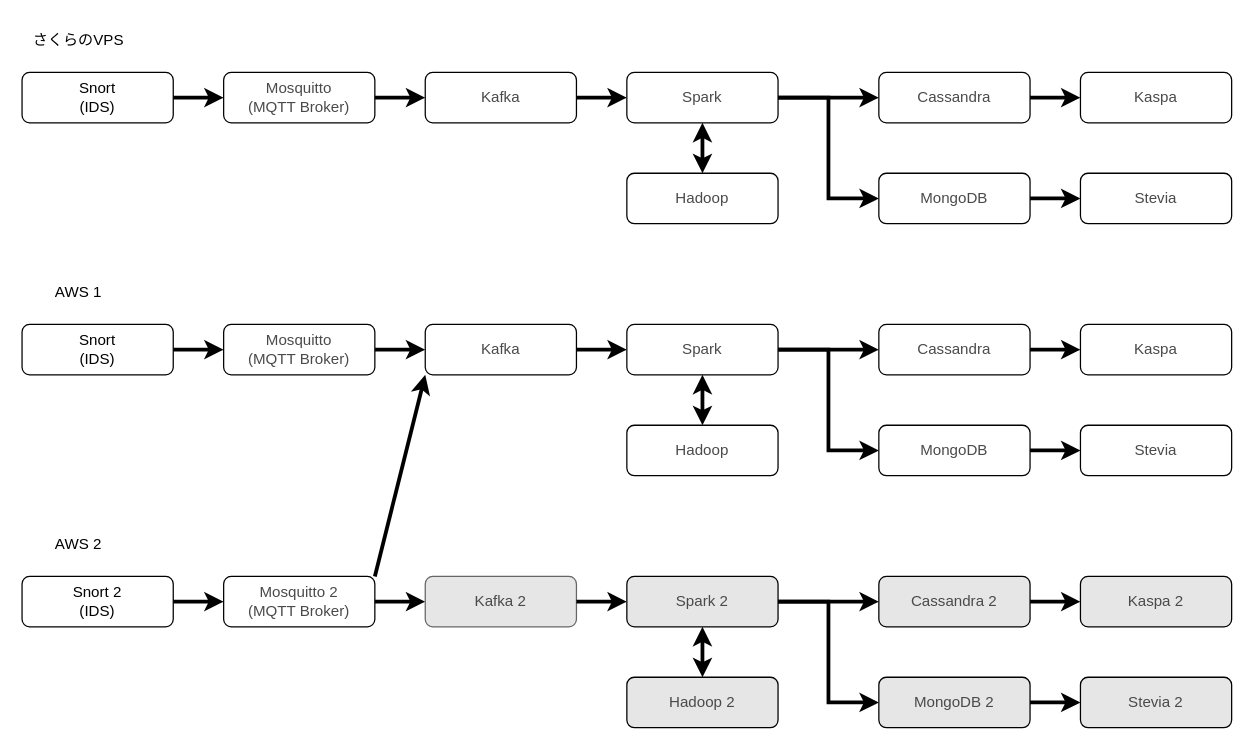
This is page "ENV" (2 of 23) of Developer's Guide/MataElang Services.drawio from mata-elang-stable/DevelopersGuide, a draw.io file, before an edit. Source tidied: cells renumbered, new cells numbered last; positions are measured from the earlier drawing's top-left corner, leaving out a move shared by most shapes. Both pictures are drawn from the tidied source at 126%, with x=0, y=0 at pixel (21, 21).
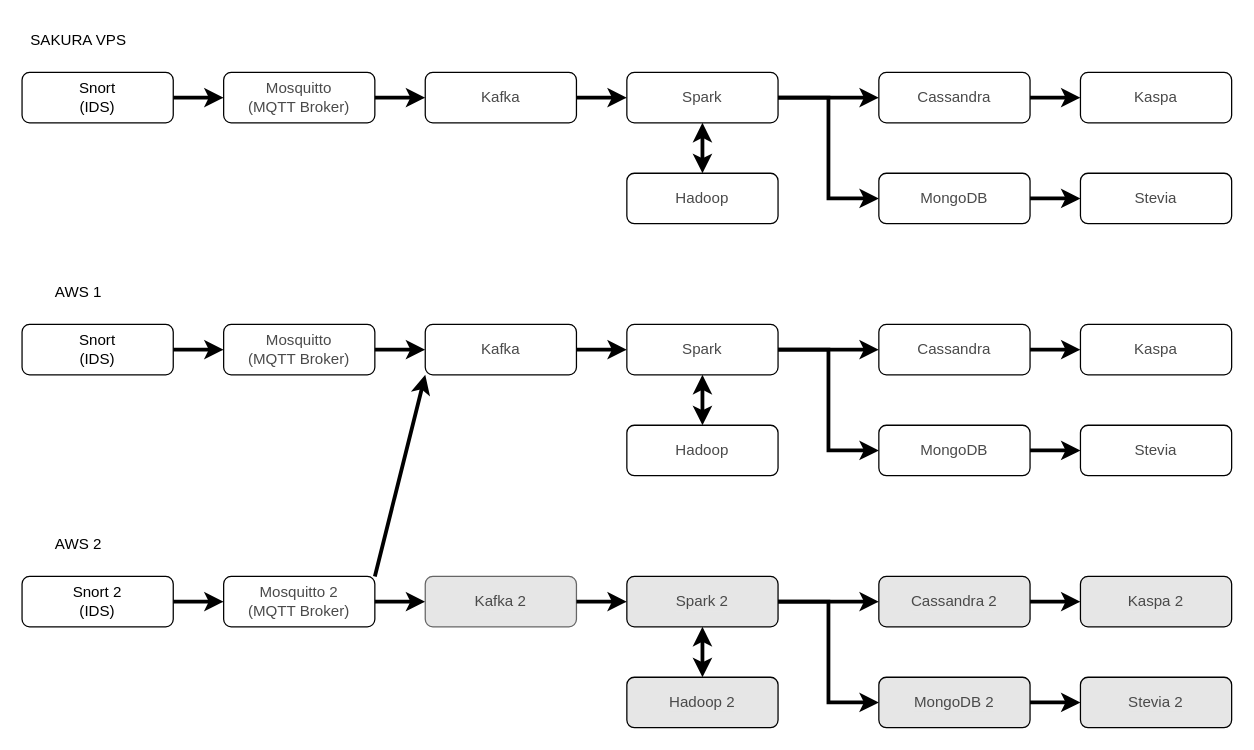
The same page after the edit.

The change refers to these unchanged cells:
```xml
<mxCell id="2" style="group;" parent="1" vertex="1">
  <mxGeometry width="960" height="160" as="geometry" />
</mxCell>
```

Change to the diagram source:
```diff
@@
-    <mxCell id="20" value="さくらのVPS" style="text;html=1;strokeColor=none;fillColor=none;align=center;verticalAlign=middle;whiteSpace=wrap;rounded=0;" parent="2" vertex="1">
+    <mxCell id="20" value="SAKURA VPS" style="text;html=1;strokeColor=none;fillColor=none;align=center;verticalAlign=middle;whiteSpace=wrap;rounded=0;" parent="2" vertex="1">
       <mxGeometry width="90" height="30" as="geometry" />
     </mxCell>
```
